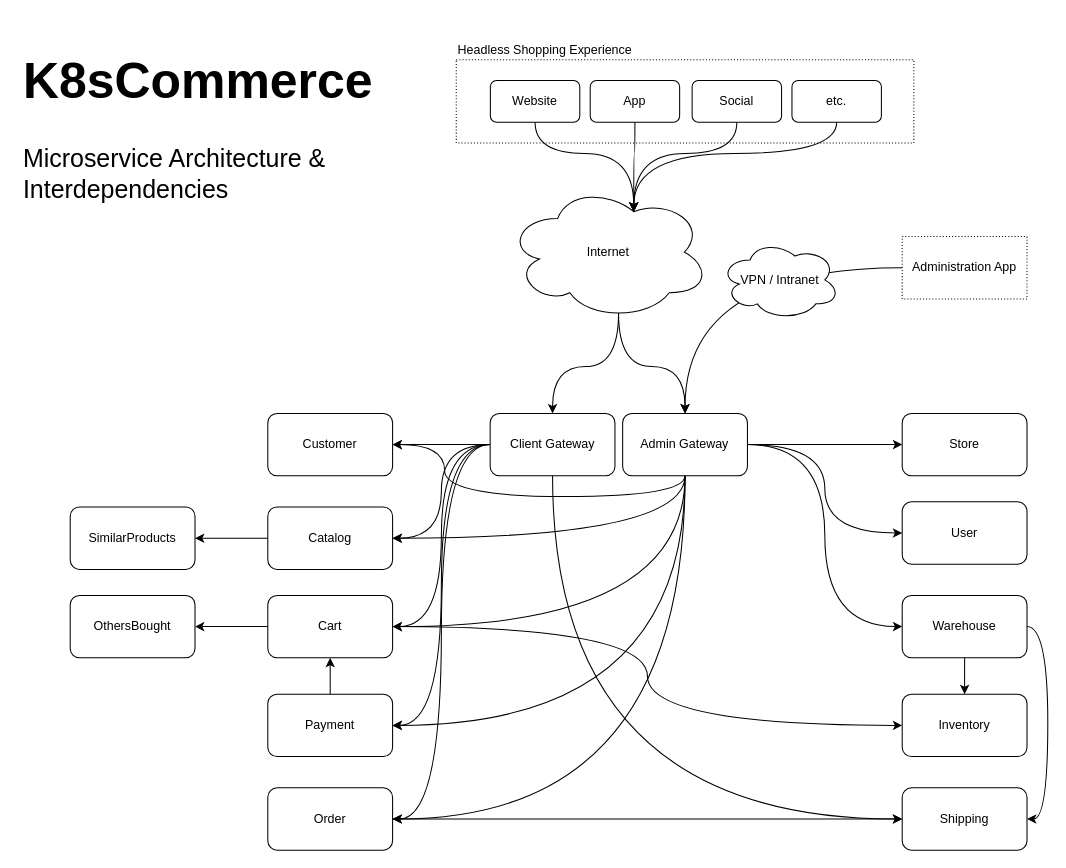
k8scommerce/k8scommerce keeps this draw.io diagram as docs/K8sCommerce Overview.drawio. Above is the earlier version. Source tidied: cells renumbered, new cells numbered last; positions are measured from the earlier drawing's top-left corner, leaving out a move shared by most shapes. Both pictures are drawn from the tidied source at 104%, with x=0, y=0 at pixel (18, 28).
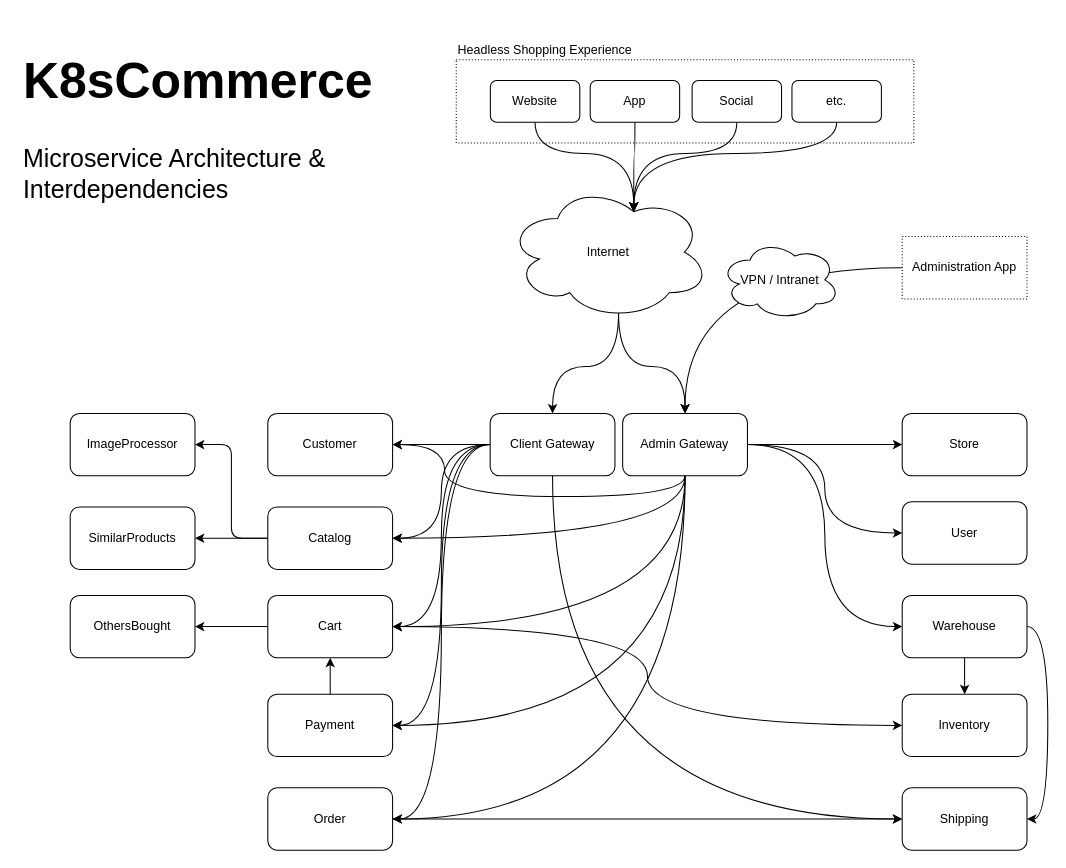
Above is the later version.

Unchanged cells that the change refers to:
```xml
<mxCell id="23" value="Catalog" style="rounded=1;whiteSpace=wrap;html=1;" parent="1" vertex="1">
  <mxGeometry x="240" y="460" width="120" height="60" as="geometry" />
</mxCell>
```

What changed in the source:
```diff
@@
+    <mxCell id="53" style="edgeStyle=orthogonalEdgeStyle;curved=0;rounded=1;sketch=0;jumpStyle=none;jettySize=auto;html=1;entryX=1;entryY=0.5;entryDx=0;entryDy=0;" parent="1" edge="1" source="23" target="54">
+      <mxGeometry relative="1" as="geometry" />
+    </mxCell>
@@
+    <mxCell id="54" value="ImageProcessor" style="rounded=1;whiteSpace=wrap;html=1;" parent="1" vertex="1">
+      <mxGeometry x="50" y="370" width="120" height="60" as="geometry" />
+    </mxCell>
```
